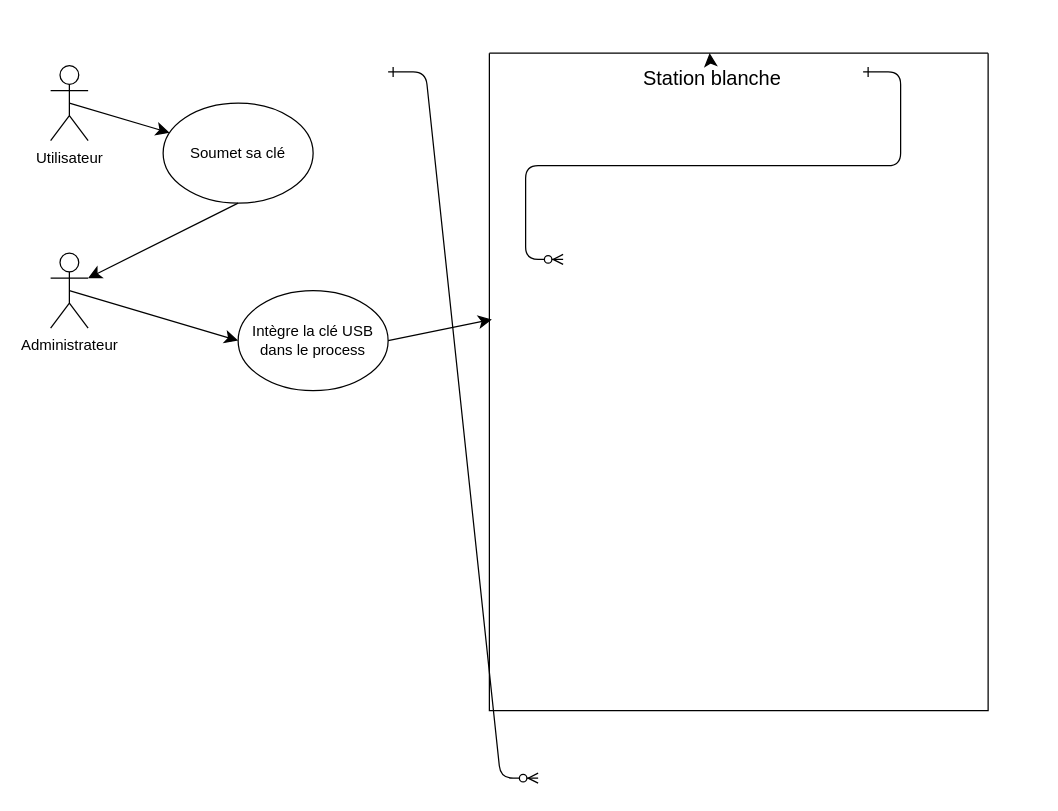
Above: Diagramme sans nom.drawio in Clinter77/WhiteStationSanitizerProject (draw.io), before the change. Source tidied: cells renumbered, new cells numbered last; positions are measured from the earlier drawing's top-left corner, leaving out a move shared by most shapes. Both pictures are drawn from the tidied source at 125%, with x=0, y=0 at pixel (50, 52).
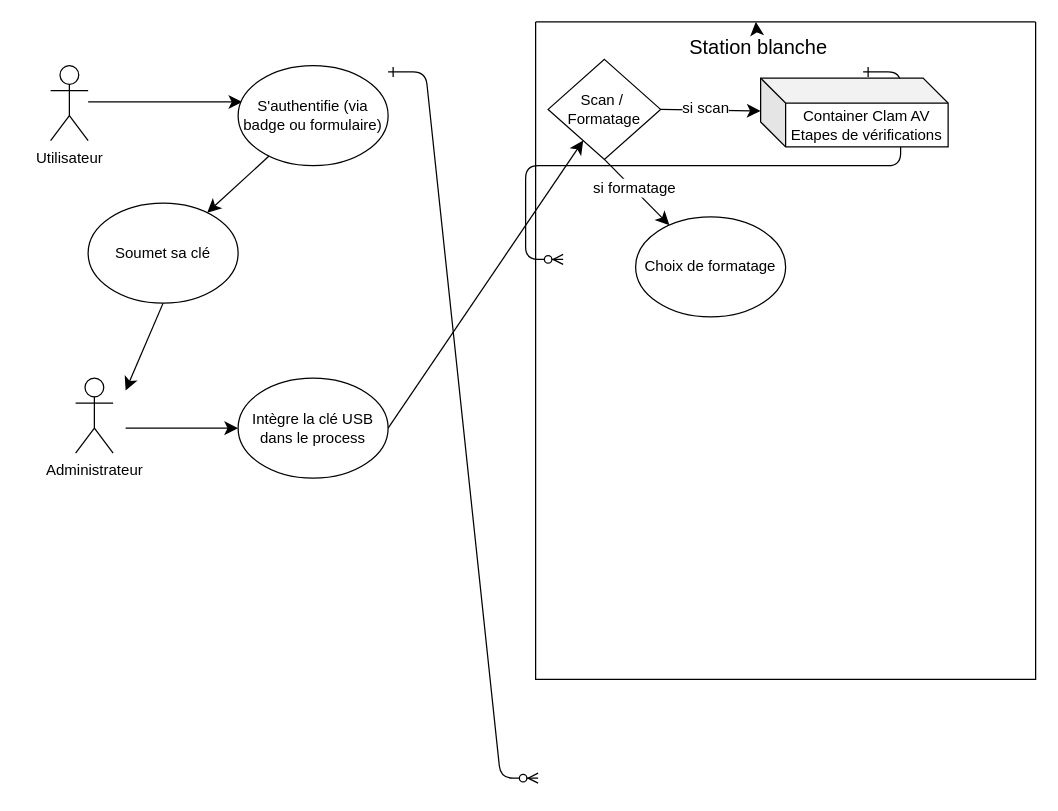
After the change.

Commit message:
Mettre à jour Diagramme sans nom.drawio

Unchanged cells that the change refers to:
```xml
<mxCell id="5" value="Utilisateur" style="shape=umlActor;verticalLabelPosition=bottom;verticalAlign=top;html=1;outlineConnect=0;" parent="1" vertex="1">
  <mxGeometry y="10" width="30" height="60" as="geometry" />
</mxCell>
```

The edit, as a diff of the source:
```diff
@@
-    <mxCell id="4" style="edgeStyle=none;curved=1;rounded=0;jettySize=auto;html=1;exitX=0.5;exitY=0.5;exitDx=0;exitDy=0;exitPerimeter=0;fontSize=12;startSize=8;endSize=8;" parent="1" edge="1" source="5" target="9">
-      <mxGeometry relative="1" as="geometry" />
+    <mxCell id="4" style="edgeStyle=none;curved=1;rounded=0;jettySize=auto;html=1;fontSize=12;startSize=8;endSize=8;entryX=0.028;entryY=0.363;entryDx=0;entryDy=0;entryPerimeter=0;" parent="1" edge="1" target="22">
+      <mxGeometry relative="1" as="geometry">
+        <mxPoint x="30" y="39" as="sourcePoint" />
+      </mxGeometry>
     </mxCell>
@@
     <mxCell id="6" style="swimlane;startSize=0;" parent="1" vertex="1">
-      <mxGeometry x="351" width="399" height="526" as="geometry" />
+      <mxGeometry x="388" y="-25" width="400" height="526" as="geometry" />
     </mxCell>
@@
+    <mxCell id="15" value="Container Clam AV&lt;div&gt;Etapes de vérifications&lt;/div&gt;" style="shape=cube;whiteSpace=wrap;html=1;boundedLbl=1;backgroundOutline=1;darkOpacity=0.05;darkOpacity2=0.1;" parent="6" vertex="1">
+      <mxGeometry x="180" y="45" width="150" height="55" as="geometry" />
+    </mxCell>
+    <mxCell id="16" style="edgeStyle=none;curved=1;rounded=0;jettySize=auto;html=1;exitX=1;exitY=0.5;exitDx=0;exitDy=0;fontSize=12;startSize=8;endSize=8;" parent="6" edge="1" source="20" target="15">
+      <mxGeometry relative="1" as="geometry" />
+    </mxCell>
+    <mxCell id="17" value="si scan" style="edgeLabel;html=1;align=center;verticalAlign=middle;fontSize=12;" parent="16" vertex="1">
+      <mxGeometry x="-0.13" y="2" relative="1" as="geometry" />
+    </mxCell>
+    <mxCell id="18" style="edgeStyle=none;curved=1;rounded=0;jettySize=auto;html=1;exitX=0.5;exitY=1;exitDx=0;exitDy=0;fontSize=12;startSize=8;endSize=8;" parent="6" edge="1" source="20" target="21">
+      <mxGeometry relative="1" as="geometry" />
+    </mxCell>
+    <mxCell id="19" value="si formatage" style="edgeLabel;html=1;align=center;verticalAlign=middle;fontSize=12;" parent="18" vertex="1">
+      <mxGeometry x="-0.14" relative="1" as="geometry">
+        <mxPoint x="1" as="offset" />
+      </mxGeometry>
+    </mxCell>
+    <mxCell id="20" value="Scan /&amp;nbsp;&lt;div&gt;Formatage&lt;/div&gt;" style="rhombus;whiteSpace=wrap;html=1;" parent="6" vertex="1">
+      <mxGeometry x="10" y="30" width="90" height="80" as="geometry" />
+    </mxCell>
+    <mxCell id="21" value="Choix de formatage" style="ellipse;whiteSpace=wrap;html=1;" parent="6" vertex="1">
+      <mxGeometry x="80" y="156" width="120" height="80" as="geometry" />
+    </mxCell>
     <mxCell id="9" value="Soumet sa clé" style="ellipse;whiteSpace=wrap;html=1;" parent="1" vertex="1">
-      <mxGeometry x="90" y="40" width="120" height="80" as="geometry" />
+      <mxGeometry x="30" y="120" width="120" height="80" as="geometry" />
     </mxCell>
-    <mxCell id="10" style="edgeStyle=none;curved=1;rounded=0;jettySize=auto;html=1;exitX=0.5;exitY=0.5;exitDx=0;exitDy=0;exitPerimeter=0;entryX=0;entryY=0.5;entryDx=0;entryDy=0;fontSize=12;startSize=8;endSize=8;" parent="1" edge="1" source="11" target="13">
-      <mxGeometry relative="1" as="geometry" />
+    <mxCell id="10" style="edgeStyle=none;curved=1;rounded=0;jettySize=auto;html=1;entryX=0;entryY=0.5;entryDx=0;entryDy=0;fontSize=12;startSize=8;endSize=8;" parent="1" edge="1" target="13">
+      <mxGeometry relative="1" as="geometry">
+        <mxPoint x="60" y="300" as="sourcePoint" />
+      </mxGeometry>
     </mxCell>
     <mxCell id="11" value="Administrateur" style="shape=umlActor;verticalLabelPosition=bottom;verticalAlign=top;html=1;outlineConnect=0;" parent="1" vertex="1">
-      <mxGeometry y="160" width="30" height="60" as="geometry" />
+      <mxGeometry x="20" y="260" width="30" height="60" as="geometry" />
     </mxCell>
-    <mxCell id="12" style="edgeStyle=none;curved=1;rounded=0;jettySize=auto;html=1;exitX=0.5;exitY=1;exitDx=0;exitDy=0;entryX=1;entryY=0.3333333333333333;entryDx=0;entryDy=0;entryPerimeter=0;fontSize=12;startSize=8;endSize=8;" parent="1" edge="1" source="9" target="11">
-      <mxGeometry relative="1" as="geometry" />
+    <mxCell id="12" style="edgeStyle=none;curved=1;rounded=0;jettySize=auto;html=1;exitX=0.5;exitY=1;exitDx=0;exitDy=0;fontSize=12;startSize=8;endSize=8;" parent="1" edge="1" source="9">
+      <mxGeometry relative="1" as="geometry">
+        <mxPoint x="60" y="270" as="targetPoint" />
+      </mxGeometry>
     </mxCell>
     <mxCell id="13" value="Intègre la clé USB dans le process" style="ellipse;whiteSpace=wrap;html=1;" parent="1" vertex="1">
-      <mxGeometry x="150" y="190" width="120" height="80" as="geometry" />
+      <mxGeometry x="150" y="260" width="120" height="80" as="geometry" />
     </mxCell>
-    <mxCell id="14" style="edgeStyle=none;curved=1;rounded=0;jettySize=auto;html=1;exitX=1;exitY=0.5;exitDx=0;exitDy=0;entryX=0.005;entryY=0.405;entryDx=0;entryDy=0;entryPerimeter=0;fontSize=12;startSize=8;endSize=8;" parent="1" edge="1" source="13" target="6">
+    <mxCell id="14" style="edgeStyle=none;curved=1;rounded=0;jettySize=auto;html=1;exitX=1;exitY=0.5;exitDx=0;exitDy=0;fontSize=12;startSize=8;endSize=8;" parent="1" edge="1" source="13" target="20">
       <mxGeometry relative="1" as="geometry" />
     </mxCell>
+    <mxCell id="22" value="S'authentifie (via badge ou formulaire)" style="ellipse;whiteSpace=wrap;html=1;" parent="1" vertex="1">
+      <mxGeometry x="150" y="10" width="120" height="80" as="geometry" />
+    </mxCell>
+    <mxCell id="23" style="edgeStyle=none;curved=1;rounded=0;jettySize=auto;html=1;fontSize=12;startSize=8;endSize=8;" parent="1" edge="1" source="22" target="9">
+      <mxGeometry relative="1" as="geometry" />
+    </mxCell>
```
